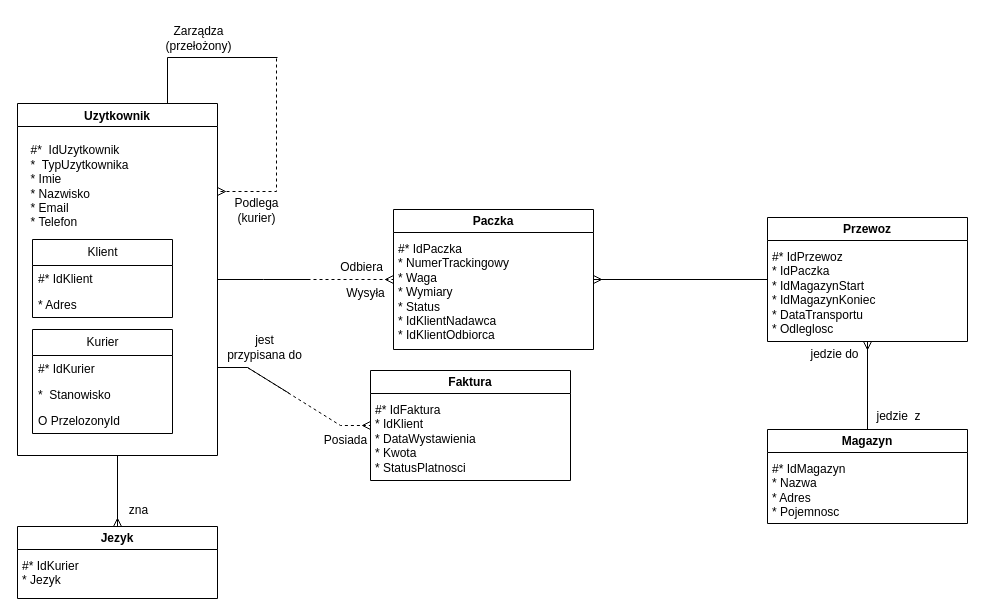
The draw.io diagram Barker.drawio in Maruda111/P.Bazy, before the edit. Source tidied: cells renumbered, new cells numbered last; positions are measured from the earlier drawing's top-left corner, leaving out a move shared by most shapes. Both pictures are drawn from the tidied source at 100%, with x=0, y=0 at pixel (17, 17).
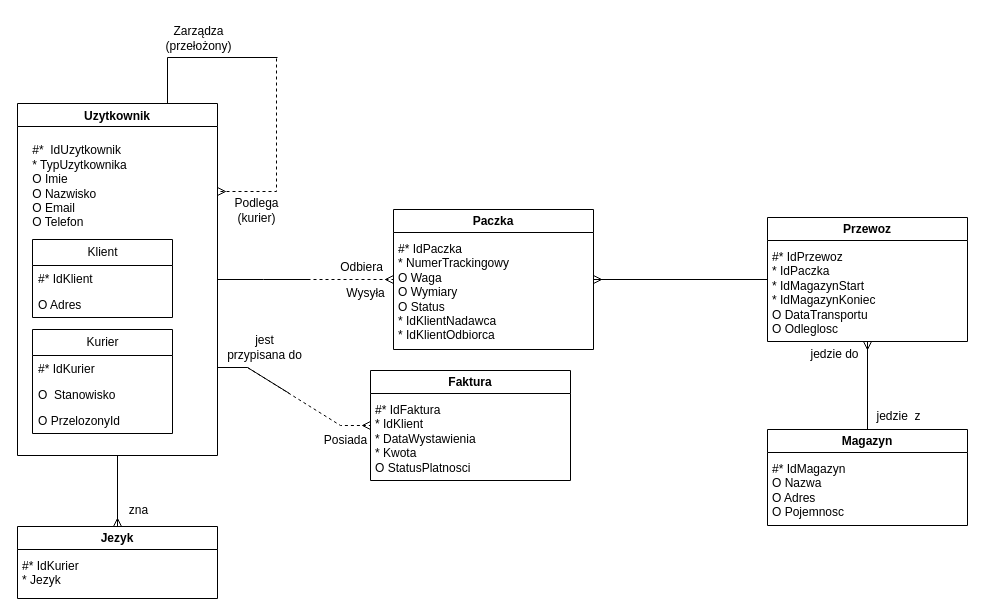
The same page after the edit.

The change refers to these unchanged cells:
```xml
<mxCell id="7" value="Uzytkownik" style="swimlane;fontFamily=Helvetica;fontSize=12;fontColor=default;labelBackgroundColor=default;startSize=23;" parent="1" vertex="1">
  <mxGeometry y="86" width="200" height="352" as="geometry" />
</mxCell>
<mxCell id="8" value="Klient" style="swimlane;fontStyle=0;horizontal=1;startSize=26;fillColor=none;html=1;fontFamily=Helvetica;fontSize=12;fontColor=default;labelBackgroundColor=default;" parent="7" vertex="1">
  <mxGeometry x="15" y="136" width="140" height="78" as="geometry" />
</mxCell>
<mxCell id="12" value="Kurier" style="swimlane;fontStyle=0;horizontal=1;startSize=26;fillColor=none;html=1;fontFamily=Helvetica;fontSize=12;fontColor=default;labelBackgroundColor=default;" parent="7" vertex="1">
  <mxGeometry x="15" y="226" width="140" height="104" as="geometry" />
</mxCell>
<mxCell id="16" value="Faktura" style="swimlane;whiteSpace=wrap;html=1;" parent="1" vertex="1">
  <mxGeometry x="353" y="353" width="200" height="110" as="geometry" />
</mxCell>
<mxCell id="21" value="Paczka" style="swimlane;whiteSpace=wrap;html=1;" parent="1" vertex="1">
  <mxGeometry x="376" y="192" width="200" height="140" as="geometry" />
</mxCell>
<mxCell id="31" value="Przewoz" style="swimlane;whiteSpace=wrap;html=1;startSize=23;" parent="1" vertex="1">
  <mxGeometry x="750" y="200" width="200" height="124" as="geometry" />
</mxCell>
```

Diff of the diagram source:
```diff
@@
-    <mxCell id="10" value="* Adres" style="text;strokeColor=none;fillColor=none;align=left;verticalAlign=top;spacingLeft=4;spacingRight=4;overflow=hidden;whiteSpace=wrap;html=1;fontFamily=Helvetica;fontSize=12;fontColor=default;labelBackgroundColor=default;" parent="8" vertex="1">
+    <mxCell id="10" value="O Adres" style="text;strokeColor=none;fillColor=none;align=left;verticalAlign=top;spacingLeft=4;spacingRight=4;overflow=hidden;whiteSpace=wrap;html=1;fontFamily=Helvetica;fontSize=12;fontColor=default;labelBackgroundColor=default;" parent="8" vertex="1">
       <mxGeometry y="52" width="140" height="26" as="geometry" />
     </mxCell>
-    <mxCell id="11" value="&lt;div style=&quot;text-align: left;&quot;&gt;#*&amp;nbsp; IdUzytkownik&lt;/div&gt;&lt;div style=&quot;text-align: left;&quot;&gt;*&amp;nbsp; TypUzytkownika&lt;/div&gt;&lt;div style=&quot;text-align: left;&quot;&gt;* Imie&lt;/div&gt;&lt;div style=&quot;text-align: left;&quot;&gt;* Nazwisko&lt;/div&gt;&lt;div style=&quot;text-align: left;&quot;&gt;* Email&lt;/div&gt;&lt;div style=&quot;text-align: left;&quot;&gt;* Telefon&lt;/div&gt;" style="text;html=1;align=center;verticalAlign=middle;strokeColor=none;fillColor=none;fontSize=12;fontFamily=Helvetica;fontColor=default;labelBackgroundColor=default;" parent="7" vertex="1">
-      <mxGeometry x="4" y="34" width="116" height="98" as="geometry" />
+    <mxCell id="11" value="&lt;div style=&quot;text-align: left;&quot;&gt;#*&amp;nbsp; IdUzytkownik&lt;/div&gt;&lt;div style=&quot;text-align: left;&quot;&gt;* TypUzytkownika&lt;/div&gt;&lt;div style=&quot;text-align: left;&quot;&gt;O Imie&lt;/div&gt;&lt;div style=&quot;text-align: left;&quot;&gt;O Nazwisko&lt;/div&gt;&lt;div style=&quot;text-align: left;&quot;&gt;O Email&lt;/div&gt;&lt;div style=&quot;text-align: left;&quot;&gt;O Telefon&lt;/div&gt;" style="text;html=1;align=center;verticalAlign=middle;strokeColor=none;fillColor=none;fontSize=12;fontFamily=Helvetica;fontColor=default;labelBackgroundColor=default;" parent="7" vertex="1">
+      <mxGeometry x="6" y="34" width="112" height="98" as="geometry" />
     </mxCell>
@@
-    <mxCell id="14" value="*&amp;nbsp; Stanowisko" style="text;strokeColor=none;fillColor=none;align=left;verticalAlign=top;spacingLeft=4;spacingRight=4;overflow=hidden;whiteSpace=wrap;html=1;fontFamily=Helvetica;fontSize=12;fontColor=default;labelBackgroundColor=default;" parent="12" vertex="1">
+    <mxCell id="14" value="O&amp;nbsp; Stanowisko" style="text;strokeColor=none;fillColor=none;align=left;verticalAlign=top;spacingLeft=4;spacingRight=4;overflow=hidden;whiteSpace=wrap;html=1;fontFamily=Helvetica;fontSize=12;fontColor=default;labelBackgroundColor=default;" parent="12" vertex="1">
       <mxGeometry y="52" width="140" height="26" as="geometry" />
     </mxCell>
@@
-    <mxCell id="17" value="#* IdFaktura&lt;div&gt;* IdKlient&lt;/div&gt;&lt;div&gt;* DataWystawienia&lt;/div&gt;&lt;div&gt;* Kwota&lt;/div&gt;&lt;div&gt;* StatusPlatnosci&lt;/div&gt;" style="text;html=1;align=left;verticalAlign=top;strokeColor=none;fillColor=none;" parent="16" vertex="1">
+    <mxCell id="17" value="#* IdFaktura&lt;div&gt;* IdKlient&lt;/div&gt;&lt;div&gt;* DataWystawienia&lt;/div&gt;&lt;div&gt;* Kwota&lt;/div&gt;&lt;div&gt;O StatusPlatnosci&lt;/div&gt;" style="text;html=1;align=left;verticalAlign=top;strokeColor=none;fillColor=none;" parent="16" vertex="1">
       <mxGeometry x="3" y="26" width="119" height="84" as="geometry" />
     </mxCell>
@@
-    <mxCell id="22" value="#* IdPaczka&lt;div&gt;* NumerTrackingowy&lt;/div&gt;&lt;div&gt;* Waga&lt;/div&gt;&lt;div&gt;* Wymiary&lt;/div&gt;&lt;div&gt;* Status&lt;/div&gt;&lt;div&gt;* IdKlientNadawca&lt;/div&gt;&lt;div&gt;* IdKlientOdbiorca&lt;/div&gt;" style="text;html=1;align=left;verticalAlign=top;strokeColor=none;fillColor=none;" parent="21" vertex="1">
+    <mxCell id="22" value="#* IdPaczka&lt;div&gt;* NumerTrackingowy&lt;/div&gt;&lt;div&gt;O Waga&lt;/div&gt;&lt;div&gt;O Wymiary&lt;/div&gt;&lt;div&gt;O Status&lt;/div&gt;&lt;div&gt;* IdKlientNadawca&lt;/div&gt;&lt;div&gt;* IdKlientOdbiorca&lt;/div&gt;" style="text;html=1;align=left;verticalAlign=top;strokeColor=none;fillColor=none;" parent="21" vertex="1">
       <mxGeometry x="3" y="26" width="129" height="113" as="geometry" />
     </mxCell>
@@
-    <mxCell id="32" value="#* IdPrzewoz&lt;div&gt;* IdPaczka&lt;/div&gt;&lt;div&gt;* IdMagazynStart&lt;/div&gt;&lt;div&gt;* IdMagazynKoniec&lt;/div&gt;&lt;div&gt;* DataTransportu&lt;/div&gt;&lt;div&gt;* Odleglosc&lt;/div&gt;" style="text;html=1;align=left;verticalAlign=top;strokeColor=none;fillColor=none;" parent="31" vertex="1">
+    <mxCell id="32" value="#* IdPrzewoz&lt;div&gt;* IdPaczka&lt;/div&gt;&lt;div&gt;* IdMagazynStart&lt;/div&gt;&lt;div&gt;* IdMagazynKoniec&lt;/div&gt;&lt;div&gt;O DataTransportu&lt;/div&gt;&lt;div&gt;O Odleglosc&lt;/div&gt;" style="text;html=1;align=left;verticalAlign=top;strokeColor=none;fillColor=none;" parent="31" vertex="1">
       <mxGeometry x="3" y="26" width="121" height="98" as="geometry" />
     </mxCell>
@@
     <mxCell id="34" value="Magazyn" style="swimlane;whiteSpace=wrap;html=1;" parent="1" vertex="1">
-      <mxGeometry x="750" y="412" width="200" height="94" as="geometry" />
+      <mxGeometry x="750" y="412" width="200" height="96" as="geometry" />
     </mxCell>
-    <mxCell id="35" value="#* IdMagazyn&lt;div&gt;* Nazwa&lt;/div&gt;&lt;div&gt;* Adres&lt;/div&gt;&lt;div&gt;* Pojemnosc&lt;/div&gt;" style="text;html=1;align=left;verticalAlign=top;strokeColor=none;fillColor=none;" parent="34" vertex="1">
+    <mxCell id="35" value="#* IdMagazyn&lt;div&gt;O Nazwa&lt;/div&gt;&lt;div&gt;O Adres&lt;/div&gt;&lt;div&gt;O Pojemnosc&lt;/div&gt;" style="text;html=1;align=left;verticalAlign=top;strokeColor=none;fillColor=none;" parent="34" vertex="1">
       <mxGeometry x="3" y="26" width="91" height="70" as="geometry" />
     </mxCell>
```
